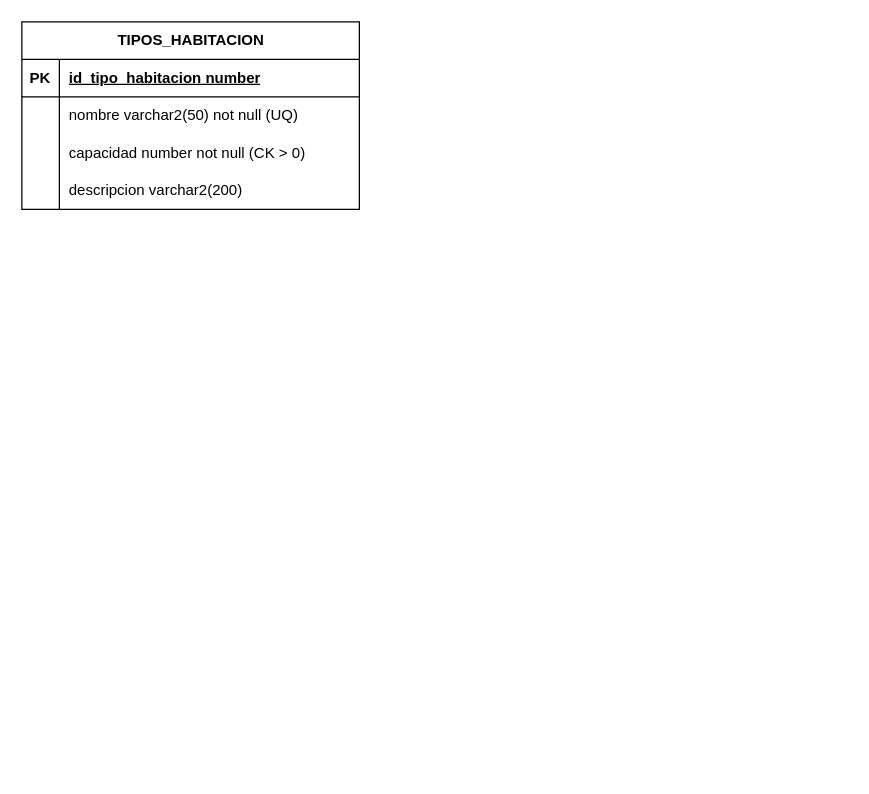
Earlier version of the draw.io diagram G11_Modelo_Relacional .drawio (byronma-ui/hotel-costa-pacifico). Source tidied: cells renumbered, new cells numbered last; positions are measured from the earlier drawing's top-left corner, leaving out a move shared by most shapes. Both pictures are drawn from the tidied source at 125%, with x=0, y=0 at pixel (21, 21).
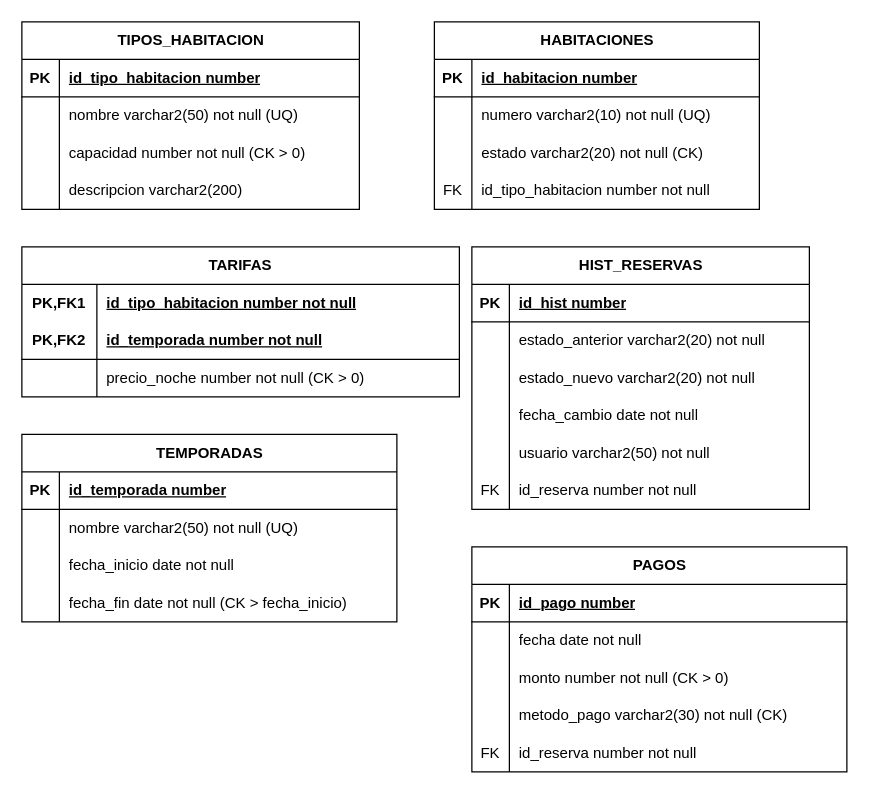
The same page after the edit.

The edit, as a diff of the source:
```diff
@@
+    <mxCell id="15" value="&lt;span style=&quot;white-space: nowrap;&quot;&gt;TARIFAS&lt;/span&gt;" style="shape=table;startSize=30;childLayout=tableLayout;rowLines=0;fontStyle=1;align=center;html=1;whiteSpace=wrap;" parent="1" vertex="1">
+      <mxGeometry y="180" width="350" height="120" as="geometry" />
+    </mxCell>
+    <mxCell id="16" style="shape=tableRow;horizontal=0;startSize=0;swimlaneHead=0;swimlaneBody=0;fillColor=none;top=0;left=0;right=0;bottom=0;html=1;" parent="15" vertex="1">
+      <mxGeometry y="30" width="350" height="30" as="geometry" />
+    </mxCell>
+    <mxCell id="17" value="PK,FK1" style="shape=partialRectangle;fillColor=none;top=0;left=0;bottom=0;right=0;fontStyle=1;overflow=hidden;html=1;whiteSpace=wrap;" parent="16" vertex="1">
+      <mxGeometry width="60" height="30" as="geometry" />
+    </mxCell>
+    <mxCell id="18" value="id_tipo_habitacion number not null" style="shape=partialRectangle;fillColor=none;top=0;left=0;bottom=0;right=0;align=left;spacingLeft=6;fontStyle=5;overflow=hidden;html=1;whiteSpace=wrap;" parent="16" vertex="1">
+      <mxGeometry x="60" width="290" height="30" as="geometry" />
+    </mxCell>
+    <mxCell id="19" style="shape=tableRow;horizontal=0;startSize=0;swimlaneHead=0;swimlaneBody=0;fillColor=none;top=0;left=0;right=0;bottom=1;html=1;" parent="15" vertex="1">
+      <mxGeometry y="60" width="350" height="30" as="geometry" />
+    </mxCell>
+    <mxCell id="20" value="PK,FK2" style="shape=partialRectangle;fillColor=none;top=0;left=0;bottom=0;right=0;fontStyle=1;overflow=hidden;html=1;whiteSpace=wrap;" parent="19" vertex="1">
+      <mxGeometry width="60" height="30" as="geometry" />
+    </mxCell>
+    <mxCell id="21" value="id_temporada number not null" style="shape=partialRectangle;fillColor=none;top=0;left=0;bottom=0;right=0;align=left;spacingLeft=6;fontStyle=5;overflow=hidden;html=1;whiteSpace=wrap;" parent="19" vertex="1">
+      <mxGeometry x="60" width="290" height="30" as="geometry" />
+    </mxCell>
+    <mxCell id="22" style="shape=tableRow;horizontal=0;startSize=0;swimlaneHead=0;swimlaneBody=0;fillColor=none;top=0;left=0;right=0;bottom=0;html=1;" parent="15" vertex="1">
+      <mxGeometry y="90" width="350" height="30" as="geometry" />
+    </mxCell>
+    <mxCell id="23" style="shape=partialRectangle;fillColor=none;top=0;left=0;bottom=0;right=0;overflow=hidden;html=1;whiteSpace=wrap;" parent="22" vertex="1">
+      <mxGeometry width="60" height="30" as="geometry" />
+    </mxCell>
+    <mxCell id="24" value="precio_noche number not null (CK &amp;gt; 0)" style="shape=partialRectangle;fillColor=none;top=0;left=0;bottom=0;right=0;align=left;spacingLeft=6;overflow=hidden;html=1;whiteSpace=wrap;" parent="22" vertex="1">
+      <mxGeometry x="60" width="290" height="30" as="geometry" />
+    </mxCell>
+    <mxCell id="25" value="TEMPORADAS" style="shape=table;startSize=30;childLayout=tableLayout;rowLines=0;fontStyle=1;align=center;html=1;" parent="1" vertex="1">
+      <mxGeometry y="330" width="300" height="150" as="geometry" />
+    </mxCell>
+    <mxCell id="26" style="shape=tableRow;horizontal=0;startSize=0;swimlaneHead=0;swimlaneBody=0;fillColor=none;top=0;left=0;right=0;bottom=1;" parent="25" vertex="1">
+      <mxGeometry y="30" width="300" height="30" as="geometry" />
+    </mxCell>
+    <mxCell id="27" value="PK" style="shape=partialRectangle;fillColor=none;top=0;left=0;bottom=0;right=0;fontStyle=1;overflow=hidden;whiteSpace=wrap;html=1;" parent="26" vertex="1">
+      <mxGeometry width="30" height="30" as="geometry" />
+    </mxCell>
+    <mxCell id="28" value="id_temporada number" style="shape=partialRectangle;fillColor=none;top=0;left=0;bottom=0;right=0;align=left;spacingLeft=6;fontStyle=5;overflow=hidden;whiteSpace=wrap;html=1;" parent="26" vertex="1">
+      <mxGeometry x="30" width="270" height="30" as="geometry" />
+    </mxCell>
+    <mxCell id="29" style="shape=tableRow;horizontal=0;startSize=0;swimlaneHead=0;swimlaneBody=0;fillColor=none;top=0;left=0;right=0;bottom=0;" parent="25" vertex="1">
+      <mxGeometry y="60" width="300" height="30" as="geometry" />
+    </mxCell>
+    <mxCell id="30" style="shape=partialRectangle;fillColor=none;top=0;left=0;bottom=0;right=0;overflow=hidden;whiteSpace=wrap;html=1;" parent="29" vertex="1">
+      <mxGeometry width="30" height="30" as="geometry" />
+    </mxCell>
+    <mxCell id="31" value="nombre varchar2(50) not null (UQ)" style="shape=partialRectangle;fillColor=none;top=0;left=0;bottom=0;right=0;align=left;spacingLeft=6;overflow=hidden;whiteSpace=wrap;html=1;" parent="29" vertex="1">
+      <mxGeometry x="30" width="270" height="30" as="geometry" />
+    </mxCell>
+    <mxCell id="32" style="shape=tableRow;horizontal=0;startSize=0;swimlaneHead=0;swimlaneBody=0;fillColor=none;top=0;left=0;right=0;bottom=0;" parent="25" vertex="1">
+      <mxGeometry y="90" width="300" height="30" as="geometry" />
+    </mxCell>
+    <mxCell id="33" style="shape=partialRectangle;fillColor=none;top=0;left=0;bottom=0;right=0;overflow=hidden;whiteSpace=wrap;html=1;" parent="32" vertex="1">
+      <mxGeometry width="30" height="30" as="geometry" />
+    </mxCell>
+    <mxCell id="34" value="fecha_inicio date not null" style="shape=partialRectangle;fillColor=none;top=0;left=0;bottom=0;right=0;align=left;spacingLeft=6;overflow=hidden;whiteSpace=wrap;html=1;" parent="32" vertex="1">
+      <mxGeometry x="30" width="270" height="30" as="geometry" />
+    </mxCell>
+    <mxCell id="35" style="shape=tableRow;horizontal=0;startSize=0;swimlaneHead=0;swimlaneBody=0;fillColor=none;top=0;left=0;right=0;bottom=0;" parent="25" vertex="1">
+      <mxGeometry y="120" width="300" height="30" as="geometry" />
+    </mxCell>
+    <mxCell id="36" style="shape=partialRectangle;fillColor=none;top=0;left=0;bottom=0;right=0;overflow=hidden;whiteSpace=wrap;html=1;" parent="35" vertex="1">
+      <mxGeometry width="30" height="30" as="geometry" />
+    </mxCell>
+    <mxCell id="37" value="fecha_fin date not null (CK &amp;gt; fecha_inicio)" style="shape=partialRectangle;fillColor=none;top=0;left=0;bottom=0;right=0;align=left;spacingLeft=6;overflow=hidden;whiteSpace=wrap;html=1;" parent="35" vertex="1">
+      <mxGeometry x="30" width="270" height="30" as="geometry" />
+    </mxCell>
+    <mxCell id="38" value="HABITACIONES" style="shape=table;startSize=30;childLayout=tableLayout;rowLines=0;fontStyle=1;align=center;html=1;" parent="1" vertex="1">
+      <mxGeometry x="330" width="260" height="150" as="geometry" />
+    </mxCell>
+    <mxCell id="39" style="shape=tableRow;horizontal=0;startSize=0;swimlaneHead=0;swimlaneBody=0;fillColor=none;top=0;left=0;right=0;bottom=1;" parent="38" vertex="1">
+      <mxGeometry y="30" width="260" height="30" as="geometry" />
+    </mxCell>
+    <mxCell id="40" value="PK" style="shape=partialRectangle;fillColor=none;top=0;left=0;bottom=0;right=0;fontStyle=1;overflow=hidden;whiteSpace=wrap;html=1;" parent="39" vertex="1">
+      <mxGeometry width="30" height="30" as="geometry" />
+    </mxCell>
+    <mxCell id="41" value="id_habitacion number" style="shape=partialRectangle;fillColor=none;top=0;left=0;bottom=0;right=0;align=left;spacingLeft=6;fontStyle=5;overflow=hidden;whiteSpace=wrap;html=1;" parent="39" vertex="1">
+      <mxGeometry x="30" width="230" height="30" as="geometry" />
+    </mxCell>
+    <mxCell id="42" style="shape=tableRow;horizontal=0;startSize=0;swimlaneHead=0;swimlaneBody=0;fillColor=none;top=0;left=0;right=0;bottom=0;" parent="38" vertex="1">
+      <mxGeometry y="60" width="260" height="30" as="geometry" />
+    </mxCell>
+    <mxCell id="43" style="shape=partialRectangle;fillColor=none;top=0;left=0;bottom=0;right=0;overflow=hidden;whiteSpace=wrap;html=1;" parent="42" vertex="1">
+      <mxGeometry width="30" height="30" as="geometry" />
+    </mxCell>
+    <mxCell id="44" value="numero varchar2(10) not null (UQ)" style="shape=partialRectangle;fillColor=none;top=0;left=0;bottom=0;right=0;align=left;spacingLeft=6;overflow=hidden;whiteSpace=wrap;html=1;" parent="42" vertex="1">
+      <mxGeometry x="30" width="230" height="30" as="geometry" />
+    </mxCell>
+    <mxCell id="45" style="shape=tableRow;horizontal=0;startSize=0;swimlaneHead=0;swimlaneBody=0;fillColor=none;top=0;left=0;right=0;bottom=0;" parent="38" vertex="1">
+      <mxGeometry y="90" width="260" height="30" as="geometry" />
+    </mxCell>
+    <mxCell id="46" style="shape=partialRectangle;fillColor=none;top=0;left=0;bottom=0;right=0;overflow=hidden;whiteSpace=wrap;html=1;" parent="45" vertex="1">
+      <mxGeometry width="30" height="30" as="geometry" />
+    </mxCell>
+    <mxCell id="47" value="estado varchar2(20) not null (CK)" style="shape=partialRectangle;fillColor=none;top=0;left=0;bottom=0;right=0;align=left;spacingLeft=6;overflow=hidden;whiteSpace=wrap;html=1;" parent="45" vertex="1">
+      <mxGeometry x="30" width="230" height="30" as="geometry" />
+    </mxCell>
+    <mxCell id="48" style="shape=tableRow;horizontal=0;startSize=0;swimlaneHead=0;swimlaneBody=0;fillColor=none;top=0;left=0;right=0;bottom=0;" parent="38" vertex="1">
+      <mxGeometry y="120" width="260" height="30" as="geometry" />
+    </mxCell>
+    <mxCell id="49" value="FK" style="shape=partialRectangle;fillColor=none;top=0;left=0;bottom=0;right=0;overflow=hidden;whiteSpace=wrap;html=1;" parent="48" vertex="1">
+      <mxGeometry width="30" height="30" as="geometry" />
+    </mxCell>
+    <mxCell id="50" value="id_tipo_habitacion number not null" style="shape=partialRectangle;fillColor=none;top=0;left=0;bottom=0;right=0;align=left;spacingLeft=6;overflow=hidden;whiteSpace=wrap;html=1;" parent="48" vertex="1">
+      <mxGeometry x="30" width="230" height="30" as="geometry" />
+    </mxCell>
+    <mxCell id="51" value="HIST_RESERVAS" style="shape=table;startSize=30;childLayout=tableLayout;rowLines=0;fontStyle=1;align=center;html=1;" parent="1" vertex="1">
+      <mxGeometry x="360" y="180" width="270" height="210" as="geometry" />
+    </mxCell>
+    <mxCell id="52" style="shape=tableRow;horizontal=0;startSize=0;swimlaneHead=0;swimlaneBody=0;fillColor=none;top=0;left=0;right=0;bottom=1;" parent="51" vertex="1">
+      <mxGeometry y="30" width="270" height="30" as="geometry" />
+    </mxCell>
+    <mxCell id="53" value="PK" style="shape=partialRectangle;fillColor=none;top=0;left=0;bottom=0;right=0;fontStyle=1;overflow=hidden;whiteSpace=wrap;html=1;" parent="52" vertex="1">
+      <mxGeometry width="30" height="30" as="geometry" />
+    </mxCell>
+    <mxCell id="54" value="id_hist number" style="shape=partialRectangle;fillColor=none;top=0;left=0;bottom=0;right=0;align=left;spacingLeft=6;fontStyle=5;overflow=hidden;whiteSpace=wrap;html=1;" parent="52" vertex="1">
+      <mxGeometry x="30" width="240" height="30" as="geometry" />
+    </mxCell>
+    <mxCell id="55" style="shape=tableRow;horizontal=0;startSize=0;swimlaneHead=0;swimlaneBody=0;fillColor=none;top=0;left=0;right=0;bottom=0;" parent="51" vertex="1">
+      <mxGeometry y="60" width="270" height="30" as="geometry" />
+    </mxCell>
+    <mxCell id="56" style="shape=partialRectangle;fillColor=none;top=0;left=0;bottom=0;right=0;overflow=hidden;whiteSpace=wrap;html=1;" parent="55" vertex="1">
+      <mxGeometry width="30" height="30" as="geometry" />
+    </mxCell>
+    <mxCell id="57" value="estado_anterior varchar2(20) not null" style="shape=partialRectangle;fillColor=none;top=0;left=0;bottom=0;right=0;align=left;spacingLeft=6;overflow=hidden;whiteSpace=wrap;html=1;" parent="55" vertex="1">
+      <mxGeometry x="30" width="240" height="30" as="geometry" />
+    </mxCell>
+    <mxCell id="58" style="shape=tableRow;horizontal=0;startSize=0;swimlaneHead=0;swimlaneBody=0;fillColor=none;top=0;left=0;right=0;bottom=0;" parent="51" vertex="1">
+      <mxGeometry y="90" width="270" height="30" as="geometry" />
+    </mxCell>
+    <mxCell id="59" style="shape=partialRectangle;fillColor=none;top=0;left=0;bottom=0;right=0;overflow=hidden;whiteSpace=wrap;html=1;" parent="58" vertex="1">
+      <mxGeometry width="30" height="30" as="geometry" />
+    </mxCell>
+    <mxCell id="60" value="estado_nuevo varchar2(20) not null" style="shape=partialRectangle;fillColor=none;top=0;left=0;bottom=0;right=0;align=left;spacingLeft=6;overflow=hidden;whiteSpace=wrap;html=1;" parent="58" vertex="1">
+      <mxGeometry x="30" width="240" height="30" as="geometry" />
+    </mxCell>
+    <mxCell id="61" style="shape=tableRow;horizontal=0;startSize=0;swimlaneHead=0;swimlaneBody=0;fillColor=none;top=0;left=0;right=0;bottom=0;" parent="51" vertex="1">
+      <mxGeometry y="120" width="270" height="30" as="geometry" />
+    </mxCell>
+    <mxCell id="62" style="shape=partialRectangle;fillColor=none;top=0;left=0;bottom=0;right=0;overflow=hidden;whiteSpace=wrap;html=1;" parent="61" vertex="1">
+      <mxGeometry width="30" height="30" as="geometry" />
+    </mxCell>
+    <mxCell id="63" value="fecha_cambio date not null" style="shape=partialRectangle;fillColor=none;top=0;left=0;bottom=0;right=0;align=left;spacingLeft=6;overflow=hidden;whiteSpace=wrap;html=1;" parent="61" vertex="1">
+      <mxGeometry x="30" width="240" height="30" as="geometry" />
+    </mxCell>
+    <mxCell id="64" style="shape=tableRow;horizontal=0;startSize=0;swimlaneHead=0;swimlaneBody=0;fillColor=none;top=0;left=0;right=0;bottom=0;" parent="51" vertex="1">
+      <mxGeometry y="150" width="270" height="30" as="geometry" />
+    </mxCell>
+    <mxCell id="65" style="shape=partialRectangle;fillColor=none;top=0;left=0;bottom=0;right=0;overflow=hidden;whiteSpace=wrap;html=1;" parent="64" vertex="1">
+      <mxGeometry width="30" height="30" as="geometry" />
+    </mxCell>
+    <mxCell id="66" value="usuario varchar2(50) not null" style="shape=partialRectangle;fillColor=none;top=0;left=0;bottom=0;right=0;align=left;spacingLeft=6;overflow=hidden;whiteSpace=wrap;html=1;" parent="64" vertex="1">
+      <mxGeometry x="30" width="240" height="30" as="geometry" />
+    </mxCell>
+    <mxCell id="67" style="shape=tableRow;horizontal=0;startSize=0;swimlaneHead=0;swimlaneBody=0;fillColor=none;top=0;left=0;right=0;bottom=0;" parent="51" vertex="1">
+      <mxGeometry y="180" width="270" height="30" as="geometry" />
+    </mxCell>
+    <mxCell id="68" value="FK" style="shape=partialRectangle;fillColor=none;top=0;left=0;bottom=0;right=0;overflow=hidden;whiteSpace=wrap;html=1;" parent="67" vertex="1">
+      <mxGeometry width="30" height="30" as="geometry" />
+    </mxCell>
+    <mxCell id="69" value="id_reserva number not null" style="shape=partialRectangle;fillColor=none;top=0;left=0;bottom=0;right=0;align=left;spacingLeft=6;overflow=hidden;whiteSpace=wrap;html=1;" parent="67" vertex="1">
+      <mxGeometry x="30" width="240" height="30" as="geometry" />
+    </mxCell>
+    <mxCell id="70" value="PAGOS" style="shape=table;startSize=30;childLayout=tableLayout;rowLines=0;fontStyle=1;align=center;html=1;" parent="1" vertex="1">
+      <mxGeometry x="360" y="420" width="300" height="180" as="geometry" />
+    </mxCell>
+    <mxCell id="71" style="shape=tableRow;horizontal=0;startSize=0;swimlaneHead=0;swimlaneBody=0;fillColor=none;top=0;left=0;right=0;bottom=1;" parent="70" vertex="1">
+      <mxGeometry y="30" width="300" height="30" as="geometry" />
+    </mxCell>
+    <mxCell id="72" value="PK" style="shape=partialRectangle;fillColor=none;top=0;left=0;bottom=0;right=0;fontStyle=1;overflow=hidden;whiteSpace=wrap;html=1;" parent="71" vertex="1">
+      <mxGeometry width="30" height="30" as="geometry" />
+    </mxCell>
+    <mxCell id="73" value="id_pago number" style="shape=partialRectangle;fillColor=none;top=0;left=0;bottom=0;right=0;align=left;spacingLeft=6;fontStyle=5;overflow=hidden;whiteSpace=wrap;html=1;" parent="71" vertex="1">
+      <mxGeometry x="30" width="270" height="30" as="geometry" />
+    </mxCell>
+    <mxCell id="74" style="shape=tableRow;horizontal=0;startSize=0;swimlaneHead=0;swimlaneBody=0;fillColor=none;top=0;left=0;right=0;bottom=0;" parent="70" vertex="1">
+      <mxGeometry y="60" width="300" height="30" as="geometry" />
+    </mxCell>
+    <mxCell id="75" style="shape=partialRectangle;fillColor=none;top=0;left=0;bottom=0;right=0;overflow=hidden;whiteSpace=wrap;html=1;" parent="74" vertex="1">
+      <mxGeometry width="30" height="30" as="geometry" />
+    </mxCell>
+    <mxCell id="76" value="fecha date not null" style="shape=partialRectangle;fillColor=none;top=0;left=0;bottom=0;right=0;align=left;spacingLeft=6;overflow=hidden;whiteSpace=wrap;html=1;" parent="74" vertex="1">
+      <mxGeometry x="30" width="270" height="30" as="geometry" />
+    </mxCell>
+    <mxCell id="77" style="shape=tableRow;horizontal=0;startSize=0;swimlaneHead=0;swimlaneBody=0;fillColor=none;top=0;left=0;right=0;bottom=0;" parent="70" vertex="1">
+      <mxGeometry y="90" width="300" height="30" as="geometry" />
+    </mxCell>
+    <mxCell id="78" style="shape=partialRectangle;fillColor=none;top=0;left=0;bottom=0;right=0;overflow=hidden;whiteSpace=wrap;html=1;" parent="77" vertex="1">
+      <mxGeometry width="30" height="30" as="geometry" />
+    </mxCell>
+    <mxCell id="79" value="monto number not null (CK &amp;gt; 0)" style="shape=partialRectangle;fillColor=none;top=0;left=0;bottom=0;right=0;align=left;spacingLeft=6;overflow=hidden;whiteSpace=wrap;html=1;" parent="77" vertex="1">
+      <mxGeometry x="30" width="270" height="30" as="geometry" />
+    </mxCell>
+    <mxCell id="80" style="shape=tableRow;horizontal=0;startSize=0;swimlaneHead=0;swimlaneBody=0;fillColor=none;top=0;left=0;right=0;bottom=0;" parent="70" vertex="1">
+      <mxGeometry y="120" width="300" height="30" as="geometry" />
+    </mxCell>
+    <mxCell id="81" style="shape=partialRectangle;fillColor=none;top=0;left=0;bottom=0;right=0;overflow=hidden;whiteSpace=wrap;html=1;" parent="80" vertex="1">
+      <mxGeometry width="30" height="30" as="geometry" />
+    </mxCell>
+    <mxCell id="82" value="metodo_pago varchar2(30) not null (CK)" style="shape=partialRectangle;fillColor=none;top=0;left=0;bottom=0;right=0;align=left;spacingLeft=6;overflow=hidden;whiteSpace=wrap;html=1;" parent="80" vertex="1">
+      <mxGeometry x="30" width="270" height="30" as="geometry" />
+    </mxCell>
+    <mxCell id="83" style="shape=tableRow;horizontal=0;startSize=0;swimlaneHead=0;swimlaneBody=0;fillColor=none;top=0;left=0;right=0;bottom=0;" parent="70" vertex="1">
+      <mxGeometry y="150" width="300" height="30" as="geometry" />
+    </mxCell>
+    <mxCell id="84" value="FK" style="shape=partialRectangle;fillColor=none;top=0;left=0;bottom=0;right=0;overflow=hidden;whiteSpace=wrap;html=1;" parent="83" vertex="1">
+      <mxGeometry width="30" height="30" as="geometry" />
+    </mxCell>
+    <mxCell id="85" value="id_reserva number not null" style="shape=partialRectangle;fillColor=none;top=0;left=0;bottom=0;right=0;align=left;spacingLeft=6;overflow=hidden;whiteSpace=wrap;html=1;" parent="83" vertex="1">
+      <mxGeometry x="30" width="270" height="30" as="geometry" />
+    </mxCell>
```
